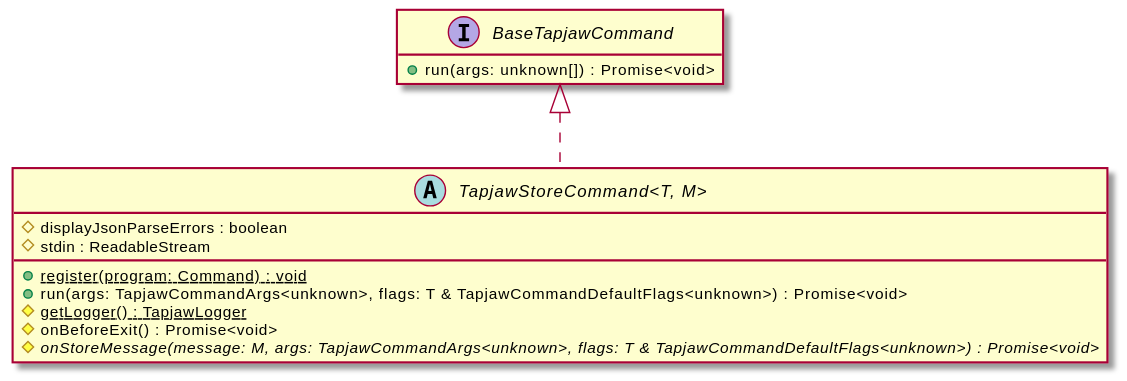
The PlantUML diagram api-docs/assets/TapjawStoreCommand-umlClassDiagram-92.svg in digidip/tapjaw-importer, before a commit.
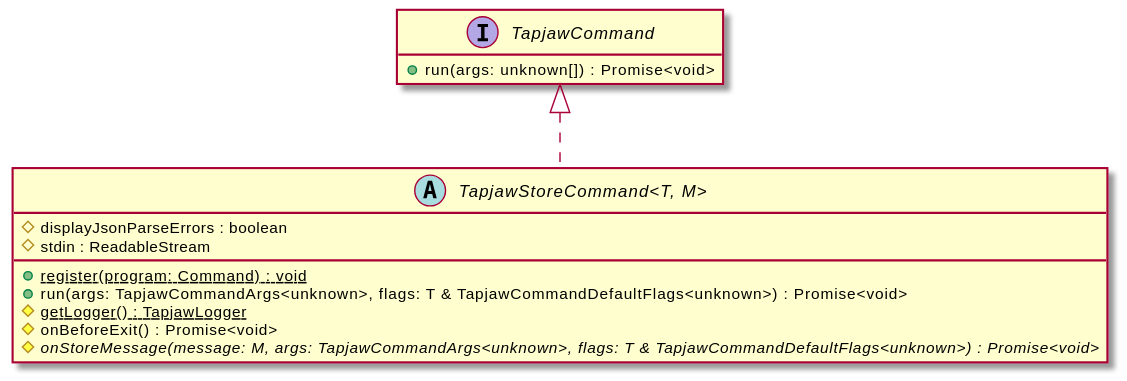
The same diagram one commit later.

Change to the diagram source:
```diff
@@ -11,8 +11,8 @@
     #onBeforeExit() : Promise<void>
     {abstract} #onStoreMessage(message: M, args: TapjawCommandArgs<unknown>, flags: T & TapjawCommandDefaultFlags<unknown>) : Promise<void>
 }
-interface "BaseTapjawCommand" {
+interface "TapjawCommand" {
     +run(args: unknown[]) : Promise<void>
 }
-"BaseTapjawCommand" <|.. "TapjawStoreCommand<T, M>"
+"TapjawCommand" <|.. "TapjawStoreCommand<T, M>"
 @enduml
```
